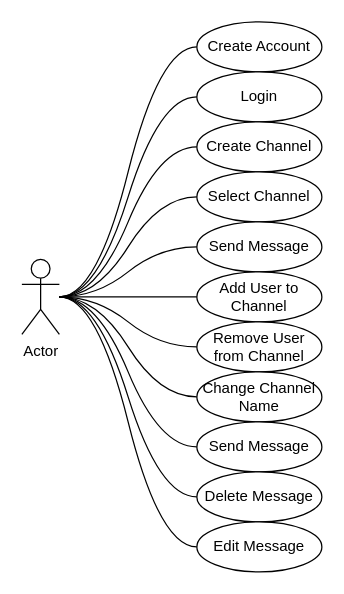
pcaracal/chat-site keeps this draw.io diagram as docs/usecases/usecaseChatsite.drawio. Above is the earlier version. Source tidied: cells renumbered, new cells numbered last; positions are measured from the earlier drawing's top-left corner, leaving out a move shared by most shapes. Both pictures are drawn from the tidied source at 125%, with x=0, y=0 at pixel (21, 21).
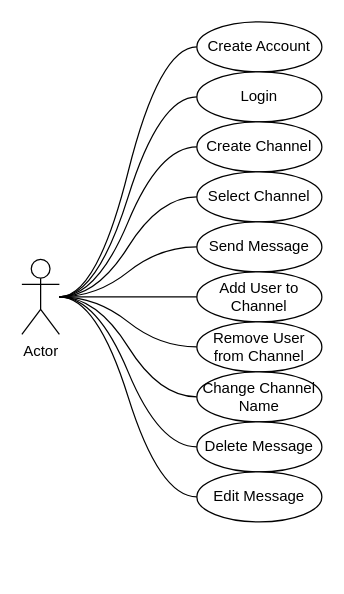
The same page after the edit.

Commit message (it also covers changes not shown here):
docs: add use cases

Unchanged cells that the change refers to:
```xml
<mxCell id="13" value="Actor" style="shape=umlActor;verticalLabelPosition=bottom;verticalAlign=top;html=1;outlineConnect=0;" parent="1" vertex="1">
  <mxGeometry y="190" width="30" height="60" as="geometry" />
</mxCell>
```

The edit, as a diff of the source:
```diff
@@
-    <mxCell id="4" style="edgeStyle=entityRelationEdgeStyle;jettySize=auto;html=1;entryX=0;entryY=0.5;entryDx=0;entryDy=0;strokeColor=default;curved=1;strokeWidth=1;endArrow=none;endFill=0;" parent="1" edge="1" source="13" target="22">
-      <mxGeometry relative="1" as="geometry" />
-    </mxCell>
@@
-    <mxCell id="22" value="Send Message" style="ellipse;whiteSpace=wrap;html=1;" parent="1" vertex="1">
-      <mxGeometry x="140" y="320" width="100" height="40" as="geometry" />
-    </mxCell>
     <mxCell id="23" value="Delete Message" style="ellipse;whiteSpace=wrap;html=1;" parent="1" vertex="1">
-      <mxGeometry x="140" y="360" width="100" height="40" as="geometry" />
+      <mxGeometry x="140" y="320" width="100" height="40" as="geometry" />
     </mxCell>
     <mxCell id="24" value="&lt;div&gt;Edit Message&lt;/div&gt;" style="ellipse;whiteSpace=wrap;html=1;" parent="1" vertex="1">
-      <mxGeometry x="140" y="400" width="100" height="40" as="geometry" />
+      <mxGeometry x="140" y="360" width="100" height="40" as="geometry" />
     </mxCell>
```
